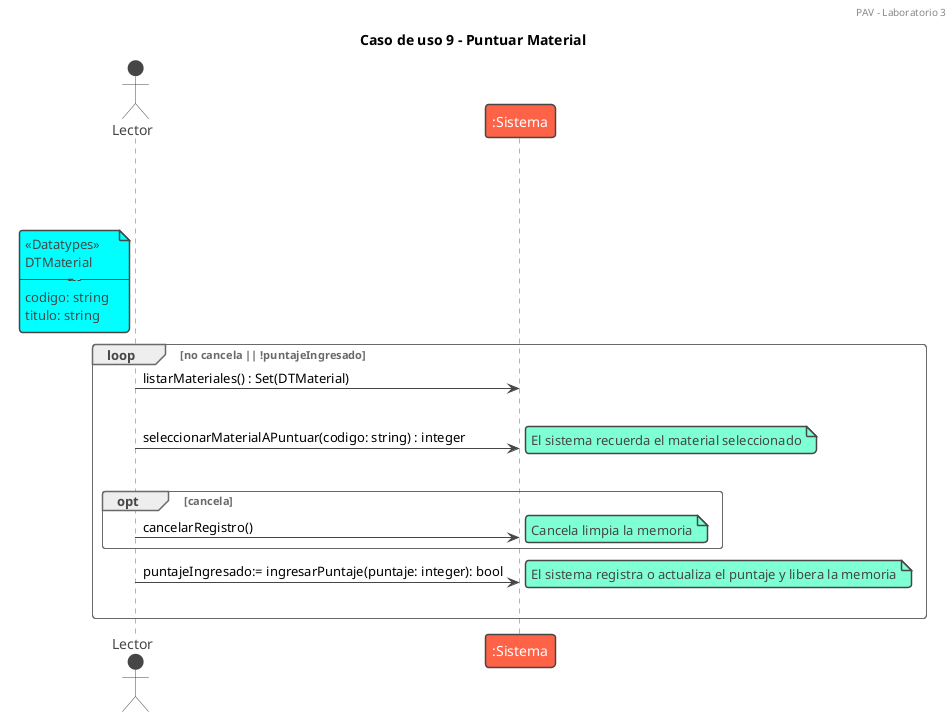
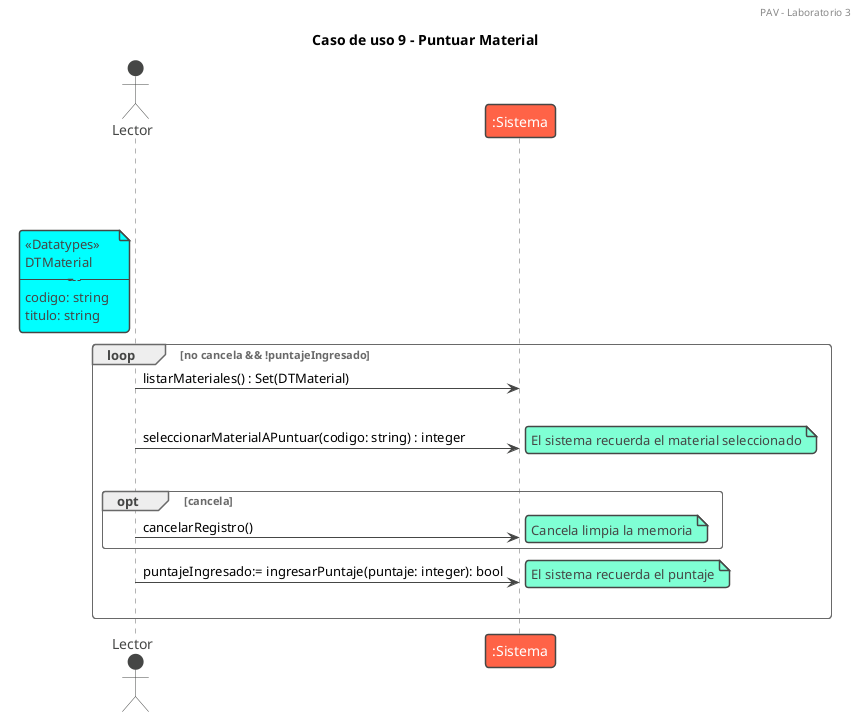
@startuml puntuarMaterial
/'El caso de uso comienza cuando un lector, que previamente ha iniciado sesión,
desea puntuar un material. El sistema muestra la lista de materiales registrados
indicando su código y título, y el lector selecciona uno. Si el lector ya había
puntuado previamente ese material, el sistema muestra el puntaje anterior.
Luego, el sistema solicita el nuevo valor del puntaje, el lector lo ingresa y el
sistema registra el puntaje o actualiza el ya existente, según corresponda '/

!theme vibrant
header PAV - Laboratorio 3

title Caso de uso 9 - Puntuar Material

group DSS - Puntuar Material - con memoria
|||
actor Lector
|||

note left of Lector #aqua
<<Datatypes>>
DTMaterial
-----------
codigo: string
titulo: string
end note
- loop no cancela || !puntajeIngresado
+ loop no cancela && !puntajeIngresado
Lector -> ":Sistema" : listarMateriales() : Set(DTMaterial)
|||

Lector -> ":Sistema" : seleccionarMaterialAPuntuar(codigo: string) : integer
note right: El sistema recuerda el material seleccionado
|||
opt cancela
        Lector -> ":Sistema" : cancelarRegistro()
        note right: Cancela limpia la memoria
    end
Lector -> ":Sistema" : puntajeIngresado:= ingresarPuntaje(puntaje: integer): bool
- note right: El sistema registra o actualiza el puntaje y libera la memoria
+ note right: El sistema recuerda el puntaje
|||


end
@enduml